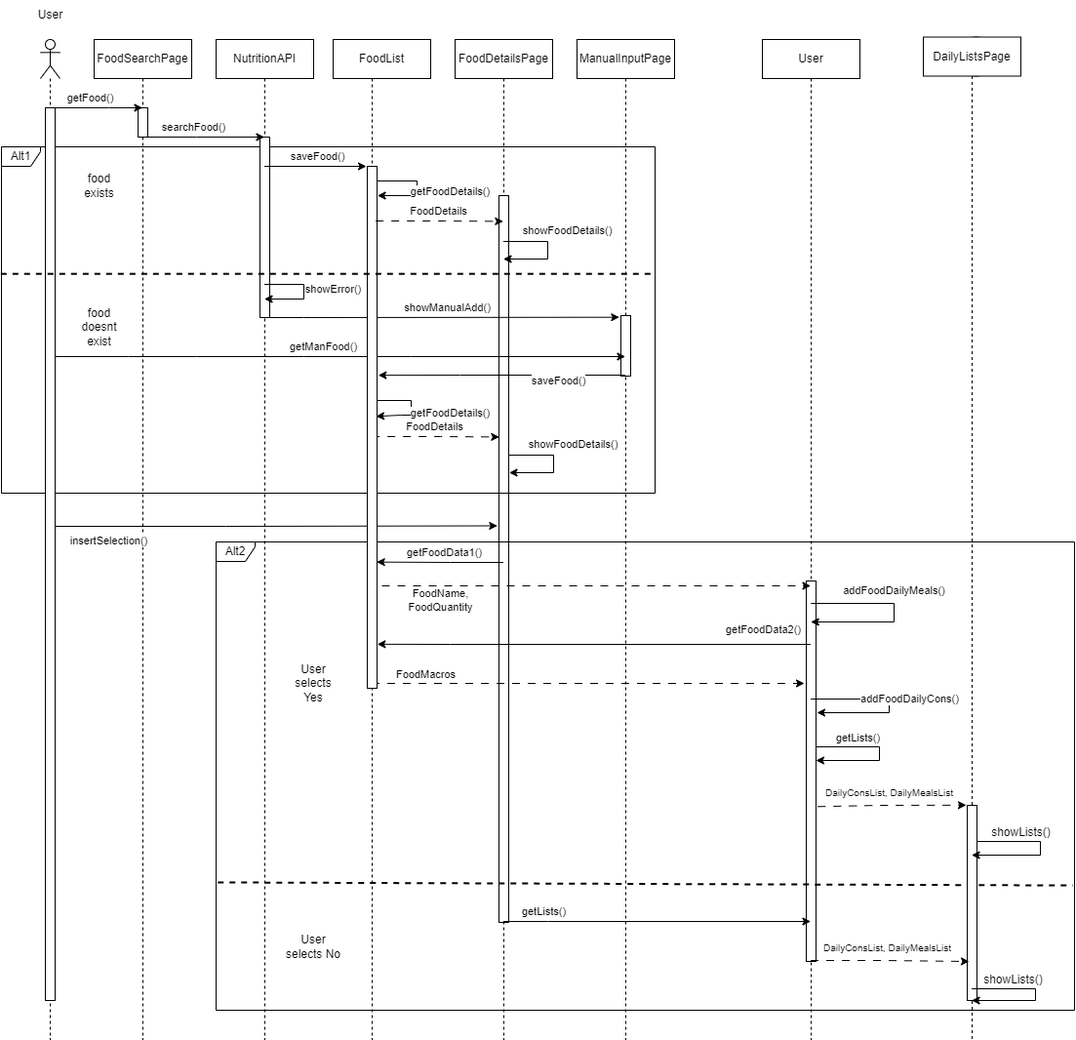
Above: ΤΕΛΙΚΟ ΠΑΡΑΔΟΤΕΟ/Sequence-diagrams-v1.0/sd_αναζήτηση_προσθήκη_φαγητού.drawio.png in Dionkaps/Eu-Zin (draw.io), before the change. Source tidied: cells renumbered, new cells last; positions are measured from the earlier drawing's top-left corner, leaving out a move shared by most shapes.
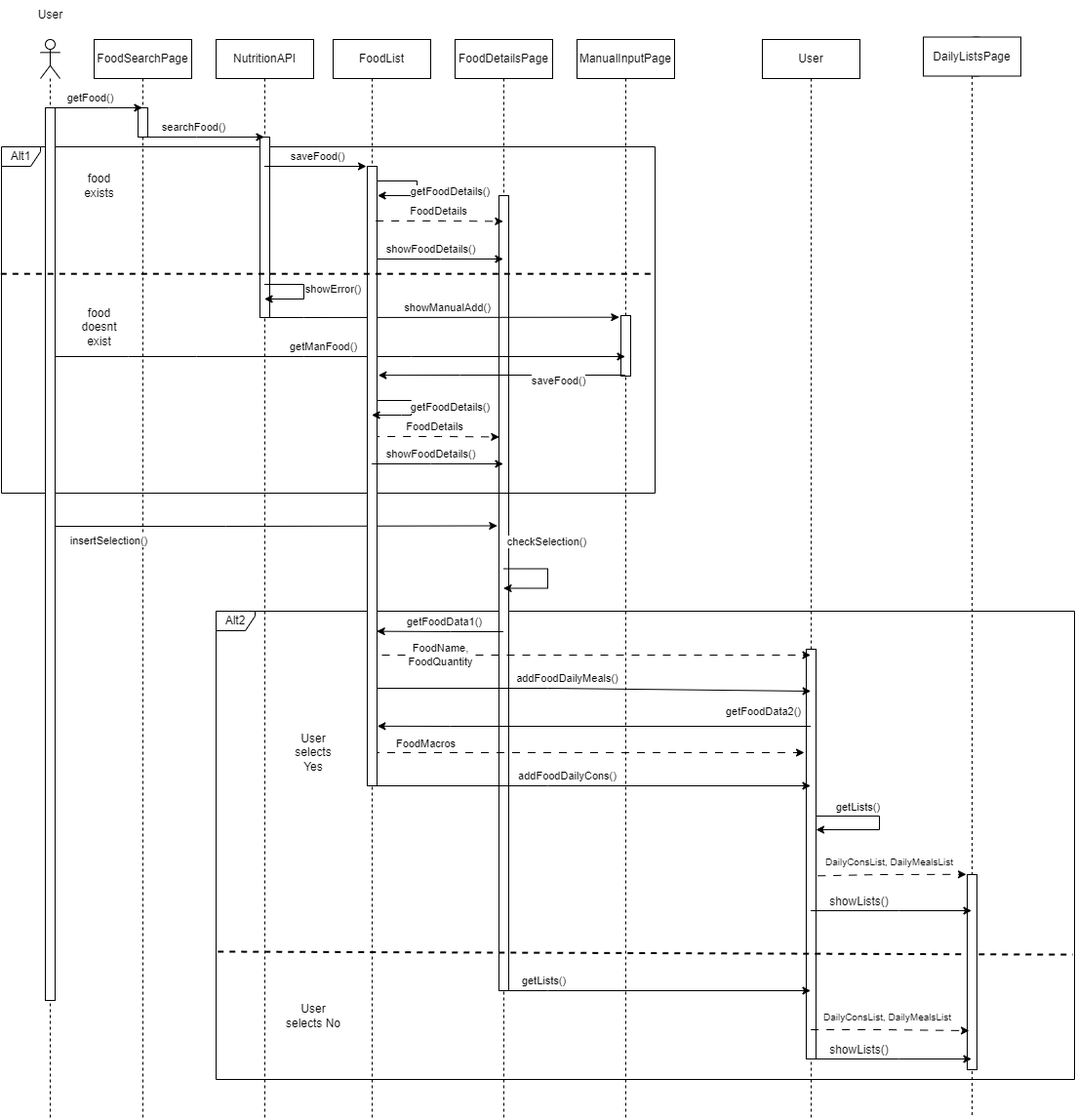
The same diagram one commit later.

What changed in the source:
```diff
@@ -2,26 +2,29 @@
   <root>
     <mxCell id="0" />
     <mxCell id="1" parent="0" />
+    <mxCell id="13" value="Alt2" style="shape=umlFrame;whiteSpace=wrap;html=1;width=40;height=20;" parent="1" vertex="1">
+      <mxGeometry x="221" y="626" width="880" height="480" as="geometry" />
+    </mxCell>
     <mxCell id="2" style="shape=umlLifeline;perimeter=lifelinePerimeter;whiteSpace=wrap;html=1;outlineConnect=0;portConstraint=eastwest;newEdgeStyle={&quot;edgeStyle&quot;:&quot;elbowEdgeStyle&quot;,&quot;elbow&quot;:&quot;vertical&quot;,&quot;curved&quot;:0,&quot;rounded&quot;:0};participant=umlEntity;" parent="1" vertex="1">
-      <mxGeometry x="811" y="40" width="40" height="1025" as="geometry" />
+      <mxGeometry x="811" y="40" width="40" height="1105" as="geometry" />
     </mxCell>
     <mxCell id="3" style="html=1;points=[];perimeter=orthogonalPerimeter;" parent="1" vertex="1">
-      <mxGeometry x="826" y="595" width="10" height="390" as="geometry" />
+      <mxGeometry x="826" y="665" width="10" height="420" as="geometry" />
     </mxCell>
     <mxCell id="4" style="shape=umlLifeline;perimeter=lifelinePerimeter;whiteSpace=wrap;html=1;outlineConnect=0;portConstraint=eastwest;newEdgeStyle={&quot;edgeStyle&quot;:&quot;elbowEdgeStyle&quot;,&quot;elbow&quot;:&quot;vertical&quot;,&quot;curved&quot;:0,&quot;rounded&quot;:0};participant=umlBoundary;" parent="1" vertex="1">
-      <mxGeometry x="616" y="40" width="50" height="1025" as="geometry" />
+      <mxGeometry x="616" y="40" width="50" height="1105" as="geometry" />
     </mxCell>
     <mxCell id="5" style="html=1;perimeter=orthogonalPerimeter;" parent="1" vertex="1">
       <mxGeometry x="636" y="323" width="10" height="62" as="geometry" />
     </mxCell>
     <mxCell id="6" style="shape=umlLifeline;perimeter=lifelinePerimeter;whiteSpace=wrap;html=1;outlineConnect=0;portConstraint=eastwest;newEdgeStyle={&quot;edgeStyle&quot;:&quot;elbowEdgeStyle&quot;,&quot;elbow&quot;:&quot;vertical&quot;,&quot;curved&quot;:0,&quot;rounded&quot;:0};participant=umlBoundary;" parent="1" vertex="1">
-      <mxGeometry x="491" y="40" width="50" height="1025" as="geometry" />
+      <mxGeometry x="491" y="40" width="50" height="1105" as="geometry" />
     </mxCell>
     <mxCell id="7" style="html=1;perimeter=orthogonalPerimeter;" parent="1" vertex="1">
-      <mxGeometry x="511" y="200" width="10" height="745" as="geometry" />
+      <mxGeometry x="511" y="200" width="10" height="815" as="geometry" />
     </mxCell>
     <mxCell id="8" style="shape=umlLifeline;perimeter=lifelinePerimeter;whiteSpace=wrap;html=1;outlineConnect=0;portConstraint=eastwest;newEdgeStyle={&quot;edgeStyle&quot;:&quot;elbowEdgeStyle&quot;,&quot;elbow&quot;:&quot;vertical&quot;,&quot;curved&quot;:0,&quot;rounded&quot;:0};participant=umlEntity;" parent="1" vertex="1">
-      <mxGeometry x="251" y="40" width="40" height="1025" as="geometry" />
+      <mxGeometry x="251" y="40" width="40" height="1105" as="geometry" />
     </mxCell>
     <mxCell id="9" value="Alt1" style="shape=umlFrame;whiteSpace=wrap;html=1;width=40;height=20;" parent="1" vertex="1">
       <mxGeometry x="1" y="150" width="670" height="355" as="geometry" />
@@ -30,22 +33,19 @@
       <mxGeometry x="266" y="140" width="10" height="185" as="geometry" />
     </mxCell>
     <mxCell id="11" style="shape=umlLifeline;perimeter=lifelinePerimeter;whiteSpace=wrap;html=1;outlineConnect=0;portConstraint=eastwest;newEdgeStyle={&quot;edgeStyle&quot;:&quot;elbowEdgeStyle&quot;,&quot;elbow&quot;:&quot;vertical&quot;,&quot;curved&quot;:0,&quot;rounded&quot;:0};participant=umlBoundary;" parent="1" vertex="1">
-      <mxGeometry x="121" y="40" width="50" height="1025" as="geometry" />
+      <mxGeometry x="121" y="40" width="50" height="1105" as="geometry" />
     </mxCell>
     <mxCell id="12" style="html=1;perimeter=orthogonalPerimeter;" parent="1" vertex="1">
       <mxGeometry x="141" y="110" width="10" height="30" as="geometry" />
     </mxCell>
-    <mxCell id="13" value="Alt2" style="shape=umlFrame;whiteSpace=wrap;html=1;width=40;height=20;" parent="1" vertex="1">
-      <mxGeometry x="221" y="555" width="880" height="480" as="geometry" />
-    </mxCell>
     <mxCell id="14" style="shape=umlLifeline;perimeter=lifelinePerimeter;whiteSpace=wrap;html=1;outlineConnect=0;portConstraint=eastwest;newEdgeStyle={&quot;edgeStyle&quot;:&quot;elbowEdgeStyle&quot;,&quot;elbow&quot;:&quot;vertical&quot;,&quot;curved&quot;:0,&quot;rounded&quot;:0};participant=umlActor;" parent="1" vertex="1">
-      <mxGeometry x="41" y="40" width="20" height="1025" as="geometry" />
+      <mxGeometry x="41" y="40" width="20" height="1105" as="geometry" />
     </mxCell>
     <mxCell id="15" style="shape=umlLifeline;perimeter=lifelinePerimeter;whiteSpace=wrap;html=1;outlineConnect=0;portConstraint=eastwest;newEdgeStyle={&quot;edgeStyle&quot;:&quot;elbowEdgeStyle&quot;,&quot;elbow&quot;:&quot;vertical&quot;,&quot;curved&quot;:0,&quot;rounded&quot;:0};participant=umlBoundary;" parent="1" vertex="1">
-      <mxGeometry x="971" y="37.5" width="50" height="1027.5" as="geometry" />
+      <mxGeometry x="971" y="37.5" width="50" height="1107.5" as="geometry" />
     </mxCell>
     <mxCell id="16" style="shape=umlLifeline;perimeter=lifelinePerimeter;whiteSpace=wrap;html=1;outlineConnect=0;portConstraint=eastwest;newEdgeStyle={&quot;edgeStyle&quot;:&quot;elbowEdgeStyle&quot;,&quot;elbow&quot;:&quot;vertical&quot;,&quot;curved&quot;:0,&quot;rounded&quot;:0};participant=umlEntity;" parent="1" vertex="1">
-      <mxGeometry x="361" y="40" width="40" height="1025" as="geometry" />
+      <mxGeometry x="361" y="40" width="40" height="1105" as="geometry" />
     </mxCell>
     <mxCell id="17" value="getFood()" style="endArrow=classic;html=1;rounded=0;" parent="1" edge="1" source="14" target="11">
       <mxGeometry x="-0.14" y="10" relative="1" as="geometry">
@@ -68,13 +68,11 @@
         </Array>
       </mxGeometry>
     </mxCell>
-    <mxCell id="20" value="showFoodDetails()" style="endArrow=classic;html=1;rounded=0;" parent="1" edge="1" source="6" target="6">
-      <mxGeometry x="-0.17" y="23" relative="1" as="geometry">
+    <mxCell id="20" value="showFoodDetails()" style="endArrow=classic;html=1;rounded=0;" parent="1" edge="1" source="16" target="6">
+      <mxGeometry x="-0.11" y="10" relative="1" as="geometry">
         <Array as="points">
-          <mxPoint x="561" y="247" />
-          <mxPoint x="561" y="265" />
+          <mxPoint x="451" y="265" />
         </Array>
-        <mxPoint x="-3" y="-12" as="offset" />
       </mxGeometry>
     </mxCell>
     <mxCell id="21" value="showError()" style="endArrow=classic;html=1;rounded=0;" parent="1" edge="1">
@@ -134,10 +132,10 @@
     </mxCell>
     <mxCell id="28" value="getFoodData1()" style="endArrow=classic;html=1;rounded=0;entryX=0.967;entryY=0.682;entryDx=0;entryDy=0;entryPerimeter=0;" parent="1" edge="1">
       <mxGeometry x="-0.06" y="-10" relative="1" as="geometry">
-        <mxPoint x="515.5" y="576" as="sourcePoint" />
-        <mxPoint x="385.7" y="575.6" as="targetPoint" />
+        <mxPoint x="515.5" y="647" as="sourcePoint" />
+        <mxPoint x="385.7" y="646.6" as="targetPoint" />
         <Array as="points">
-          <mxPoint x="461" y="576" />
+          <mxPoint x="461" y="647" />
         </Array>
       </mxGeometry>
     </mxCell>
@@ -152,20 +150,20 @@
     </mxCell>
     <mxCell id="30" value="getFoodData2()" style="endArrow=classic;html=1;rounded=0;entryX=1.033;entryY=0.902;entryDx=0;entryDy=0;entryPerimeter=0;" parent="1" edge="1">
       <mxGeometry x="-0.78" y="-15" relative="1" as="geometry">
-        <mxPoint x="830.5" y="660" as="sourcePoint" />
-        <mxPoint x="386.3" y="659.8" as="targetPoint" />
+        <mxPoint x="830.5" y="744" as="sourcePoint" />
+        <mxPoint x="386.3" y="743.8" as="targetPoint" />
         <Array as="points">
-          <mxPoint x="461" y="660" />
+          <mxPoint x="461" y="744" />
         </Array>
         <mxPoint x="1" as="offset" />
       </mxGeometry>
     </mxCell>
     <mxCell id="31" style="endArrow=classic;html=1;rounded=0;dashed=1;dashPattern=8 8;entryX=-0.2;entryY=0;entryDx=0;entryDy=0;entryPerimeter=0;" parent="1" edge="1">
       <mxGeometry relative="1" as="geometry">
-        <mxPoint x="380.5" y="700" as="sourcePoint" />
-        <mxPoint x="824" y="700" as="targetPoint" />
+        <mxPoint x="380.5" y="771" as="sourcePoint" />
+        <mxPoint x="824" y="771" as="targetPoint" />
         <Array as="points">
-          <mxPoint x="511" y="700" />
+          <mxPoint x="511" y="771" />
         </Array>
       </mxGeometry>
     </mxCell>
@@ -175,57 +173,53 @@
       </mxGeometry>
     </mxCell>
     <mxCell id="33" value="FoodName,&lt;br&gt;FoodQuantity" style="endArrow=classic;html=1;rounded=0;dashed=1;dashPattern=8 8;" parent="1" edge="1">
-      <mxGeometry x="-0.73" y="-15" relative="1" as="geometry">
-        <mxPoint x="391" y="600" as="sourcePoint" />
-        <mxPoint x="830.5" y="600" as="targetPoint" />
+      <mxGeometry x="-0.73" relative="1" as="geometry">
+        <mxPoint x="391" y="671" as="sourcePoint" />
+        <mxPoint x="830.5" y="671" as="targetPoint" />
       </mxGeometry>
     </mxCell>
-    <mxCell id="34" value="addFoodDailyCons()" style="endArrow=classic;html=1;rounded=0;entryX=1.1;entryY=0.1;entryDx=0;entryDy=0;entryPerimeter=0;" parent="1" edge="1">
-      <mxGeometry x="-0.05" y="-21" relative="1" as="geometry">
-        <mxPoint x="830.5" y="716" as="sourcePoint" />
-        <mxPoint x="837" y="730" as="targetPoint" />
+    <mxCell id="34" value="addFoodDailyCons()" style="endArrow=classic;html=1;rounded=0;" parent="1" edge="1" source="16" target="2">
+      <mxGeometry x="-0.11" y="10" relative="1" as="geometry">
         <Array as="points">
-          <mxPoint x="911" y="716" />
-          <mxPoint x="911" y="730" />
+          <mxPoint x="561" y="805" />
         </Array>
-        <mxPoint x="21" y="-21" as="offset" />
       </mxGeometry>
     </mxCell>
     <mxCell id="35" value="DailyConsList, DailyMealsList" style="endArrow=classic;html=1;rounded=0;dashed=1;dashPattern=8 8;entryX=-0.1;entryY=0.482;entryDx=0;entryDy=0;entryPerimeter=0;exitX=1.178;exitY=0.671;exitDx=0;exitDy=0;exitPerimeter=0;fontSize=10;" parent="1" edge="1">
       <mxGeometry x="-0.04" y="13" relative="1" as="geometry">
-        <mxPoint x="837.8" y="826.3" as="sourcePoint" />
-        <mxPoint x="990" y="824.8" as="targetPoint" />
+        <mxPoint x="837.8" y="897.3" as="sourcePoint" />
+        <mxPoint x="990" y="895.8" as="targetPoint" />
         <Array as="points">
-          <mxPoint x="901" y="825" />
+          <mxPoint x="901" y="896" />
         </Array>
       </mxGeometry>
     </mxCell>
     <mxCell id="36" value="getLists()" style="endArrow=classic;html=1;rounded=0;" parent="1" edge="1">
       <mxGeometry x="-0.74" y="10" relative="1" as="geometry">
-        <mxPoint x="515.5" y="944" as="sourcePoint" />
-        <mxPoint x="830.5" y="944" as="targetPoint" />
+        <mxPoint x="515.5" y="1015" as="sourcePoint" />
+        <mxPoint x="830.5" y="1015" as="targetPoint" />
         <Array as="points">
-          <mxPoint x="561" y="944" />
+          <mxPoint x="561" y="1015" />
         </Array>
       </mxGeometry>
     </mxCell>
     <mxCell id="37" value="User selects Yes" style="text;html=1;strokeColor=none;fillColor=none;align=center;verticalAlign=middle;whiteSpace=wrap;rounded=0;" parent="1" vertex="1">
-      <mxGeometry x="291" y="685" width="60" height="30" as="geometry" />
+      <mxGeometry x="291" y="756" width="60" height="30" as="geometry" />
     </mxCell>
     <mxCell id="38" value="User selects No" style="text;html=1;strokeColor=none;fillColor=none;align=center;verticalAlign=middle;whiteSpace=wrap;rounded=0;" parent="1" vertex="1">
-      <mxGeometry x="291" y="955" width="60" height="30" as="geometry" />
+      <mxGeometry x="291" y="1026" width="60" height="30" as="geometry" />
     </mxCell>
     <mxCell id="39" style="endArrow=none;dashed=1;html=1;rounded=0;strokeWidth=2;entryX=0.998;entryY=0.71;entryDx=0;entryDy=0;entryPerimeter=0;exitX=0.002;exitY=0.704;exitDx=0;exitDy=0;exitPerimeter=0;" parent="1" edge="1">
       <mxGeometry relative="1" as="geometry">
-        <mxPoint x="222.8" y="904" as="sourcePoint" />
-        <mxPoint x="1099.2" y="907.1" as="targetPoint" />
+        <mxPoint x="222.8" y="975" as="sourcePoint" />
+        <mxPoint x="1099.2" y="978.1" as="targetPoint" />
       </mxGeometry>
     </mxCell>
     <mxCell id="40" style="html=1;perimeter=orthogonalPerimeter;" parent="1" vertex="1">
       <mxGeometry x="46" y="110" width="10" height="915" as="geometry" />
     </mxCell>
     <mxCell id="41" style="html=1;perimeter=orthogonalPerimeter;" parent="1" vertex="1">
-      <mxGeometry x="991" y="825" width="10" height="200" as="geometry" />
+      <mxGeometry x="991" y="896" width="10" height="200" as="geometry" />
     </mxCell>
     <mxCell id="42" value="User" style="text;html=1;align=center;verticalAlign=middle;strokeColor=none;fillColor=none;" parent="1" vertex="1">
       <mxGeometry x="26" width="50" height="30" as="geometry" />
@@ -251,29 +245,27 @@
     <mxCell id="49" value="DailyListsPage" style="rounded=0;whiteSpace=wrap;html=1;" parent="1" vertex="1">
       <mxGeometry x="946" y="37.5" width="100" height="40" as="geometry" />
     </mxCell>
-    <mxCell id="50" value="addFoodDailyMeals()" style="endArrow=classic;html=1;rounded=0;" parent="1" edge="1">
-      <mxGeometry x="-0.1" y="-13" relative="1" as="geometry">
-        <mxPoint x="830.7" y="618" as="sourcePoint" />
-        <mxPoint x="830.7" y="637" as="targetPoint" />
+    <mxCell id="50" value="addFoodDailyMeals()" style="endArrow=classic;html=1;rounded=0;" parent="1" edge="1" source="16">
+      <mxGeometry x="-0.11" y="10" relative="1" as="geometry">
+        <mxPoint x="830.7" y="708" as="targetPoint" />
         <Array as="points">
-          <mxPoint x="916" y="618" />
-          <mxPoint x="916" y="637" />
+          <mxPoint x="561" y="705" />
         </Array>
-        <mxPoint x="13" y="-13" as="offset" />
       </mxGeometry>
     </mxCell>
     <mxCell id="51" style="endArrow=classic;html=1;rounded=0;" parent="1" edge="1" source="16" target="52">
       <mxGeometry x="-0.02" y="10" relative="1" as="geometry" />
     </mxCell>
     <mxCell id="52" style="html=1;points=[];perimeter=orthogonalPerimeter;" parent="1" vertex="1">
-      <mxGeometry x="376" y="170" width="10" height="535" as="geometry" />
+      <mxGeometry x="376" y="170" width="10" height="635" as="geometry" />
     </mxCell>
-    <mxCell id="53" style="endArrow=classic;html=1;rounded=0;" parent="1" edge="1" target="3">
+    <mxCell id="53" style="endArrow=classic;html=1;rounded=0;" parent="1" edge="1">
       <mxGeometry x="-0.05" y="-21" relative="1" as="geometry">
-        <mxPoint x="836" y="765" as="sourcePoint" />
+        <mxPoint x="836" y="836" as="sourcePoint" />
+        <mxPoint x="836" y="850" as="targetPoint" />
         <Array as="points">
-          <mxPoint x="901" y="765" />
-          <mxPoint x="901" y="779" />
+          <mxPoint x="901" y="836" />
+          <mxPoint x="901" y="850" />
         </Array>
         <mxPoint x="21" y="-21" as="offset" />
       </mxGeometry>
@@ -283,12 +275,10 @@
         <mxPoint y="-7" as="offset" />
       </mxGeometry>
     </mxCell>
-    <mxCell id="55" style="endArrow=classic;html=1;rounded=0;" parent="1" edge="1" target="15">
+    <mxCell id="55" style="endArrow=classic;html=1;rounded=0;" parent="1" edge="1" source="2" target="15">
       <mxGeometry x="-0.05" y="-21" relative="1" as="geometry">
-        <mxPoint x="1001" y="862" as="sourcePoint" />
         <Array as="points">
-          <mxPoint x="1066" y="862" />
-          <mxPoint x="1066" y="876" />
+          <mxPoint x="921" y="933" />
         </Array>
         <mxPoint x="21" y="-21" as="offset" />
       </mxGeometry>
@@ -298,8 +288,8 @@
         <mxPoint y="-7" as="offset" />
       </mxGeometry>
     </mxCell>
-    <mxCell id="57" value="getFoodDetails()" style="endArrow=classic;html=1;rounded=0;entryX=0.9;entryY=0.479;entryDx=0;entryDy=0;entryPerimeter=0;" parent="1" edge="1" target="52">
-      <mxGeometry x="0.12" y="40" relative="1" as="geometry">
+    <mxCell id="57" value="getFoodDetails()" style="endArrow=classic;html=1;rounded=0;" parent="1" edge="1" target="16">
+      <mxGeometry x="-0.07" y="40" relative="1" as="geometry">
         <mxPoint x="386" y="410" as="sourcePoint" />
         <Array as="points">
           <mxPoint x="421" y="410" />
@@ -333,30 +323,26 @@
         <mxPoint x="671" y="280.2" as="targetPoint" />
       </mxGeometry>
     </mxCell>
-    <mxCell id="61" value="showFoodDetails()" style="endArrow=classic;html=1;rounded=0;" parent="1" edge="1">
-      <mxGeometry x="-0.17" y="23" relative="1" as="geometry">
-        <mxPoint x="521.5" y="466" as="sourcePoint" />
-        <mxPoint x="521.5" y="484" as="targetPoint" />
+    <mxCell id="61" value="showFoodDetails()" style="endArrow=classic;html=1;rounded=0;" parent="1" edge="1" source="16" target="6">
+      <mxGeometry x="-0.11" y="10" relative="1" as="geometry">
         <Array as="points">
-          <mxPoint x="567" y="466" />
-          <mxPoint x="567" y="484" />
+          <mxPoint x="441" y="475" />
         </Array>
-        <mxPoint x="-3" y="-12" as="offset" />
       </mxGeometry>
     </mxCell>
-    <mxCell id="62" value="DailyConsList, DailyMealsList" style="endArrow=classic;html=1;rounded=0;dashed=1;dashPattern=8 8;fontSize=10;" parent="1" edge="1" source="2">
+    <mxCell id="62" value="DailyConsList, DailyMealsList" style="endArrow=classic;html=1;rounded=0;dashed=1;dashPattern=8 8;fontSize=10;" parent="1" edge="1">
       <mxGeometry x="-0.04" y="13" relative="1" as="geometry">
-        <mxPoint x="993" y="985" as="targetPoint" />
+        <mxPoint x="830.7" y="1055" as="sourcePoint" />
+        <mxPoint x="993" y="1056" as="targetPoint" />
         <Array as="points">
-          <mxPoint x="904" y="984" />
+          <mxPoint x="904" y="1055" />
         </Array>
       </mxGeometry>
     </mxCell>
-    <mxCell id="63" style="endArrow=classic;html=1;rounded=0;" parent="1" edge="1" source="15" target="15">
+    <mxCell id="63" style="endArrow=classic;html=1;rounded=0;" parent="1" edge="1" source="2" target="15">
       <mxGeometry x="-0.05" y="-21" relative="1" as="geometry">
         <Array as="points">
-          <mxPoint x="1061" y="1013" />
-          <mxPoint x="1061" y="1025" />
+          <mxPoint x="921" y="1085" />
         </Array>
         <mxPoint x="21" y="-21" as="offset" />
       </mxGeometry>
@@ -366,5 +352,10 @@
         <mxPoint y="-7" as="offset" />
       </mxGeometry>
     </mxCell>
+    <mxCell id="65" value="checkSelection()" style="endArrow=classic;html=1;rounded=0;" parent="1" edge="1" source="6" target="6">
+      <mxGeometry x="-0.18" y="21" relative="1" as="geometry">
+        <mxPoint x="-1" y="-7" as="offset" />
+      </mxGeometry>
+    </mxCell>
   </root>
 </mxGraphModel>
```
